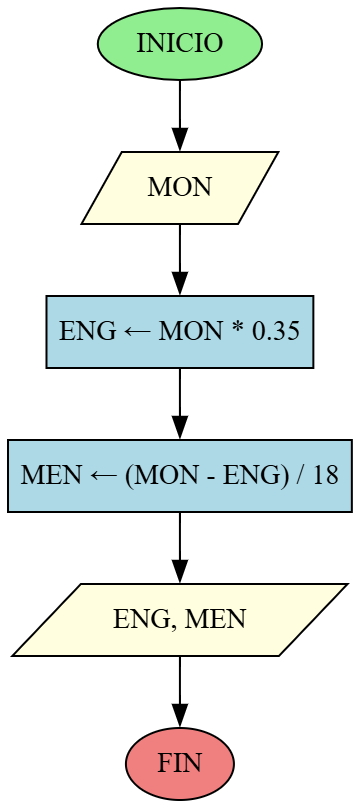
Earlier version of the Graphviz export images/problema_ps_1_6.png (D1egoXD/JAVA-TICS). Its source is kept beside it as diagramas/problema_ps_1_6.dot.
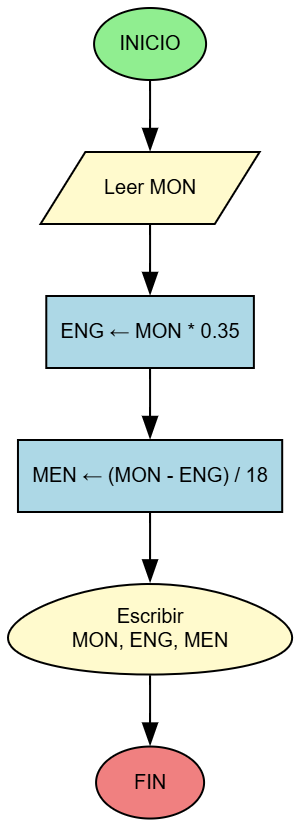
The same diagram one commit later.

Commit message:
Actualizar PS 1.6 - Incluir MON en salida del diagrama

The edit, as a diff of the source:
```diff
@@ -1,17 +1,18 @@
-digraph problema_ps_1_6 {
+digraph FinanciamientoVehiculo {
     rankdir=TB;
-    node [shape=box, style=filled];
+    node [shape=box, style=filled, fontname="Arial", fontsize=10];
+    edge [fontname="Arial", fontsize=9];
 
-    inicio [label="INICIO", shape=oval, fillcolor=lightgreen];
-    input_mon [label="MON", shape=parallelogram, fillcolor=lightyellow];
-    calc_eng [label="ENG ← MON * 0.35", fillcolor=lightblue];
-    calc_men [label="MEN ← (MON - ENG) / 18", fillcolor=lightblue];
-    output [label="ENG, MEN", shape=parallelogram, fillcolor=lightyellow];
-    fin [label="FIN", shape=oval, fillcolor=lightcoral];
+    inicio [label="INICIO", shape=oval, fillcolor="#90EE90", color=black, fontcolor=black];
+    leerMon [label="Leer MON", shape=parallelogram, fillcolor="#FFFACD", color=black, fontcolor=black];
+    calcEng [label="ENG ← MON * 0.35", shape=box, fillcolor="#ADD8E6", color=black, fontcolor=black];
+    calcMen [label="MEN ← (MON - ENG) / 18", shape=box, fillcolor="#ADD8E6", color=black, fontcolor=black];
+    escribir [label="Escribir\nMON, ENG, MEN", shape=egg, fillcolor="#FFFACD", color=black, fontcolor=black];
+    fin [label="FIN", shape=oval, fillcolor="#F08080", color=black, fontcolor=black];
 
-    inicio -> input_mon;
-    input_mon -> calc_eng;
-    calc_eng -> calc_men;
-    calc_men -> output;
-    output -> fin;
+    inicio -> leerMon;
+    leerMon -> calcEng;
+    calcEng -> calcMen;
+    calcMen -> escribir;
+    escribir -> fin;
 }
```
